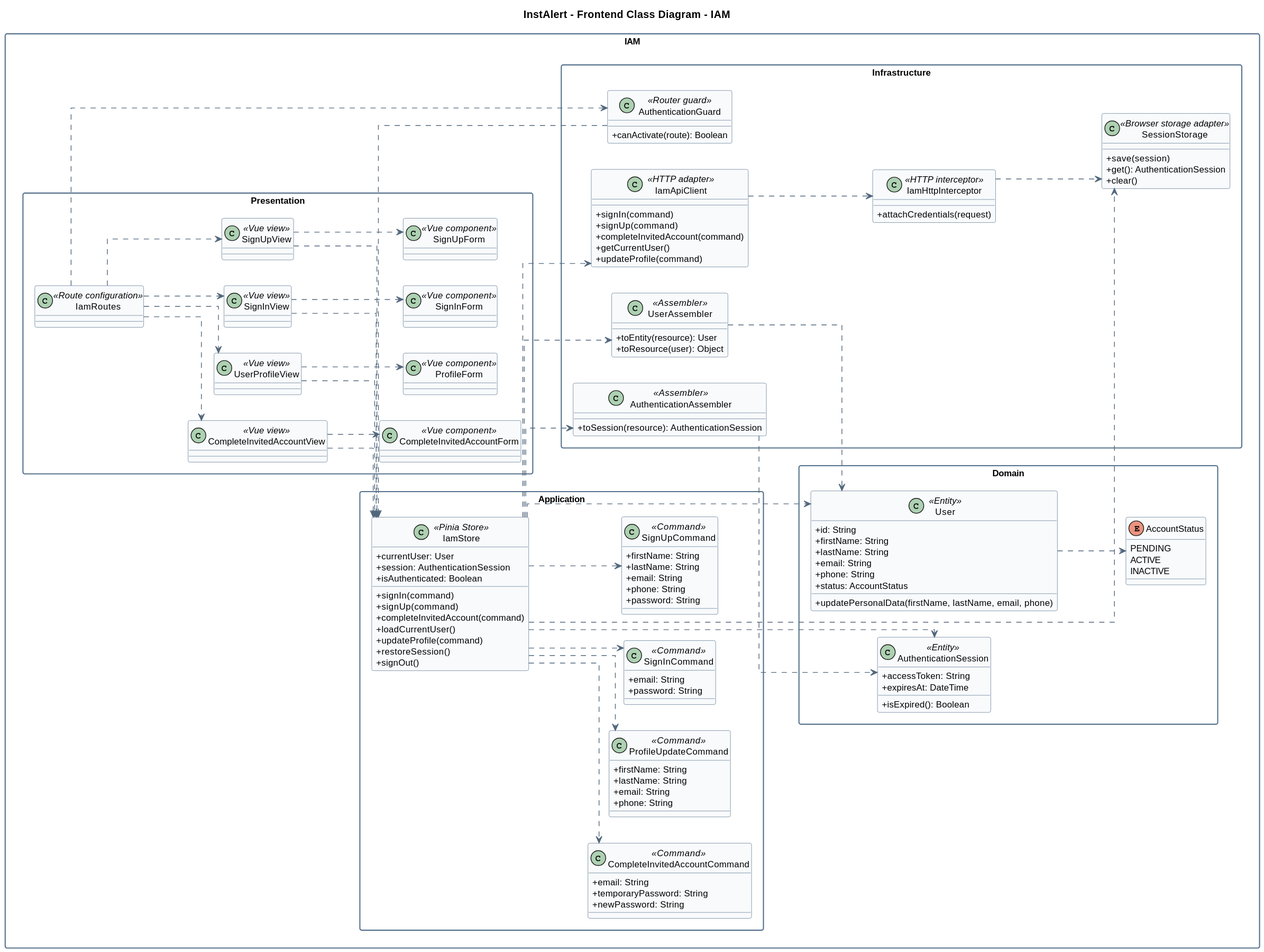
LosIncreiblesCorp/losIncreibles-project-report keeps this PlantUML diagram as assets/Chapter4/class-diagrams/iam.svg. Above is the earlier version.
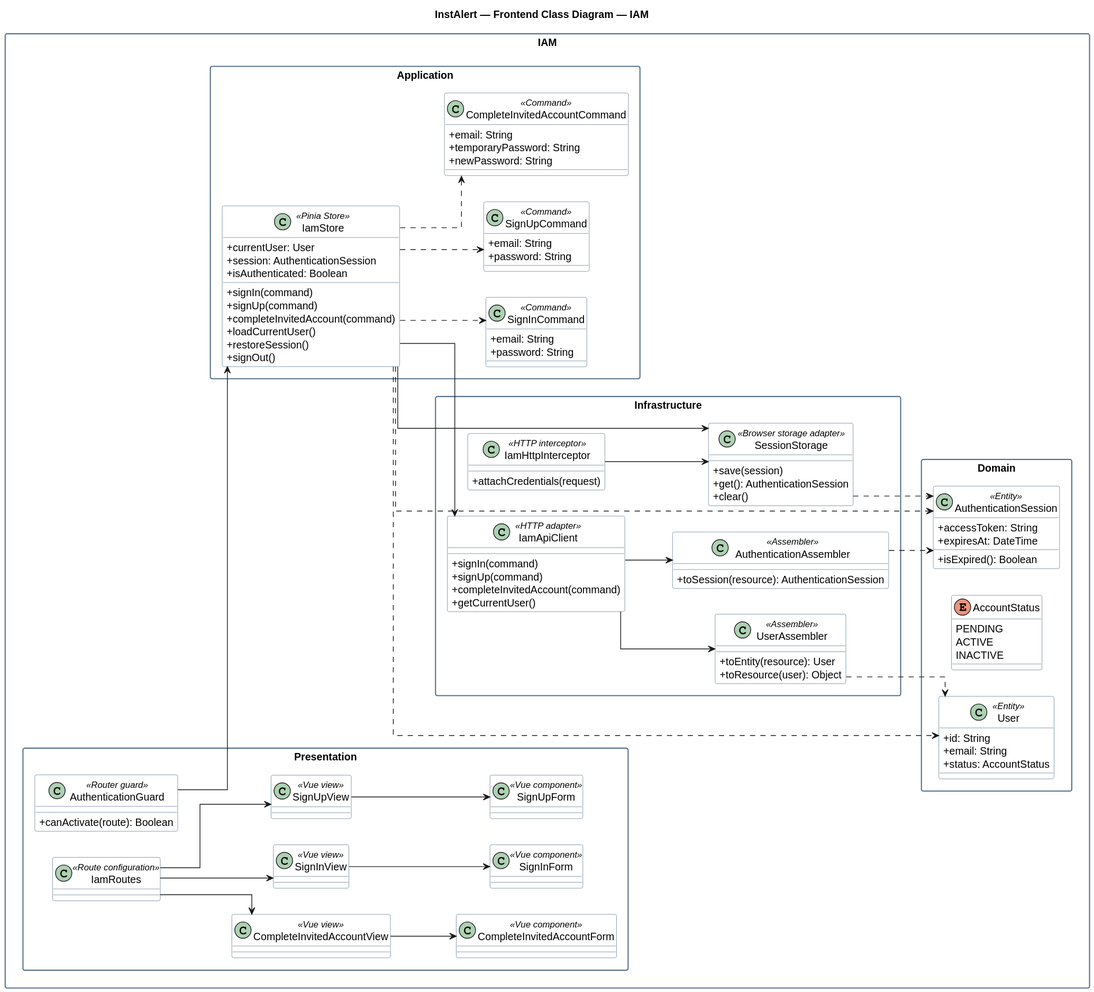
The same diagram one commit later.

The edit, as a diff of the source:
```diff
@@ -1,41 +1,35 @@
 @startuml
-title InstAlert - Frontend Class Diagram - IAM
+title InstAlert — Frontend Class Diagram — IAM
 left to right direction
 skinparam packageStyle rectangle
+skinparam shadowing false
 skinparam classAttributeIconSize 0
-skinparam shadowing false
 skinparam linetype ortho
-skinparam defaultFontSize 12
 skinparam packageBorderColor #55718B
-skinparam classBorderColor #58728B
-skinparam ArrowColor #52677C
-skinparam packageBackgroundColor #FFFFFF
-skinparam classBackgroundColor #F8FAFC
+skinparam classBorderColor #55718B
+skinparam classBackgroundColor #FFFFFF
 
-package "IAM" as iamContext {
-  package "Domain" as iamDomain {
-    class "User" as iamUser <<Entity>> {
+package "IAM" {
+  package "Domain" {
+    class User <<Entity>> {
       +id: String
-      +firstName: String
-      +lastName: String
       +email: String
-      +phone: String
       +status: AccountStatus
-      +updatePersonalData(firstName, lastName, email, phone)
     }
-    enum "AccountStatus" as accountStatus {
+    enum AccountStatus {
       PENDING
       ACTIVE
       INACTIVE
     }
-    class "AuthenticationSession" as authenticationSession <<Entity>> {
+    class AuthenticationSession <<Entity>> {
       +accessToken: String
       +expiresAt: DateTime
       +isExpired(): Boolean
     }
   }
-  package "Application" as iamApplication {
-    class "IamStore" as iamStore <<Pinia Store>> {
+
+  package "Application" {
+    class IamStore <<Pinia Store>> {
       +currentUser: User
       +session: AuthenticationSession
       +isAuthenticated: Boolean
@@ -43,99 +37,80 @@
       +signUp(command)
       +completeInvitedAccount(command)
       +loadCurrentUser()
-      +updateProfile(command)
       +restoreSession()
       +signOut()
     }
-    class "SignInCommand" as signInCommand <<Command>> {
+    class SignInCommand <<Command>> {
       +email: String
       +password: String
     }
-    class "SignUpCommand" as signUpCommand <<Command>> {
-      +firstName: String
-      +lastName: String
+    class SignUpCommand <<Command>> {
       +email: String
-      +phone: String
       +password: String
     }
-    class "CompleteInvitedAccountCommand" as completeInvitedAccountCommand <<Command>> {
+    class CompleteInvitedAccountCommand <<Command>> {
       +email: String
       +temporaryPassword: String
       +newPassword: String
     }
-    class "ProfileUpdateCommand" as profileUpdateCommand <<Command>> {
-      +firstName: String
-      +lastName: String
-      +email: String
-      +phone: String
-    }
   }
-  package "Infrastructure" as iamInfrastructure {
-    class "IamApiClient" as iamApi <<HTTP adapter>> {
+
+  package "Infrastructure" {
+    class IamApiClient <<HTTP adapter>> {
       +signIn(command)
       +signUp(command)
       +completeInvitedAccount(command)
       +getCurrentUser()
-      +updateProfile(command)
     }
-    class "UserAssembler" as userAssembler <<Assembler>> {
+    class UserAssembler <<Assembler>> {
       +toEntity(resource): User
       +toResource(user): Object
     }
-    class "AuthenticationAssembler" as authenticationAssembler <<Assembler>> {
+    class AuthenticationAssembler <<Assembler>> {
       +toSession(resource): AuthenticationSession
     }
-    class "SessionStorage" as sessionStorage <<Browser storage adapter>> {
+    class SessionStorage <<Browser storage adapter>> {
       +save(session)
       +get(): AuthenticationSession
       +clear()
     }
-    class "IamHttpInterceptor" as iamHttpInterceptor <<HTTP interceptor>> {
+    class IamHttpInterceptor <<HTTP interceptor>> {
       +attachCredentials(request)
     }
-    class "AuthenticationGuard" as authenticationGuard <<Router guard>> {
+  }
+
+  package "Presentation" {
+    class AuthenticationGuard <<Router guard>> {
       +canActivate(route): Boolean
     }
-  }
-  package "Presentation" as iamPresentation {
-    class "IamRoutes" as iamRoutes <<Route configuration>>
-    class "SignInView" as signInView <<Vue view>>
-    class "SignUpView" as signUpView <<Vue view>>
-    class "CompleteInvitedAccountView" as completeInvitedAccountView <<Vue view>>
-    class "UserProfileView" as userProfileView <<Vue view>>
-    class "SignInForm" as signInForm <<Vue component>>
-    class "SignUpForm" as signUpForm <<Vue component>>
-    class "CompleteInvitedAccountForm" as completeInvitedAccountForm <<Vue component>>
-    class "ProfileForm" as profileForm <<Vue component>>
+    class IamRoutes <<Route configuration>>
+    class SignInView <<Vue view>>
+    class SignUpView <<Vue view>>
+    class CompleteInvitedAccountView <<Vue view>>
+    class SignInForm <<Vue component>>
+    class SignUpForm <<Vue component>>
+    class CompleteInvitedAccountForm <<Vue component>>
   }
 }
-iamRoutes ..> signInView
-iamRoutes ..> signUpView
-iamRoutes ..> completeInvitedAccountView
-iamRoutes ..> userProfileView
-iamRoutes ..> authenticationGuard
-signInView ..> signInForm
-signUpView ..> signUpForm
-completeInvitedAccountView ..> completeInvitedAccountForm
-userProfileView ..> profileForm
-signInView ..> iamStore
-signUpView ..> iamStore
-completeInvitedAccountView ..> iamStore
-userProfileView ..> iamStore
-iamStore ..> signInCommand
-iamStore ..> signUpCommand
-iamStore ..> completeInvitedAccountCommand
-iamStore ..> profileUpdateCommand
-iamStore ..> iamApi
-iamStore ..> userAssembler
-iamStore ..> authenticationAssembler
-iamStore ..> sessionStorage
-iamApi ..> iamHttpInterceptor
-iamHttpInterceptor ..> sessionStorage
-authenticationGuard ..> iamStore
-userAssembler ..> iamUser
-authenticationAssembler ..> authenticationSession
-iamStore ..> iamUser
-iamStore ..> authenticationSession
-iamUser ..> accountStatus
+
+IamStore ..> SignInCommand
+IamStore ..> SignUpCommand
+IamStore ..> CompleteInvitedAccountCommand
+IamStore ..> User
+IamStore ..> AuthenticationSession
+IamStore --> IamApiClient
+IamStore --> SessionStorage
+IamApiClient --> UserAssembler
+IamApiClient --> AuthenticationAssembler
+UserAssembler ..> User
+AuthenticationAssembler ..> AuthenticationSession
+SessionStorage ..> AuthenticationSession
+IamHttpInterceptor --> SessionStorage
+AuthenticationGuard --> IamStore
+IamRoutes --> SignInView
+IamRoutes --> SignUpView
+IamRoutes --> CompleteInvitedAccountView
+SignInView --> SignInForm
+SignUpView --> SignUpForm
+CompleteInvitedAccountView --> CompleteInvitedAccountForm
 @enduml
```
